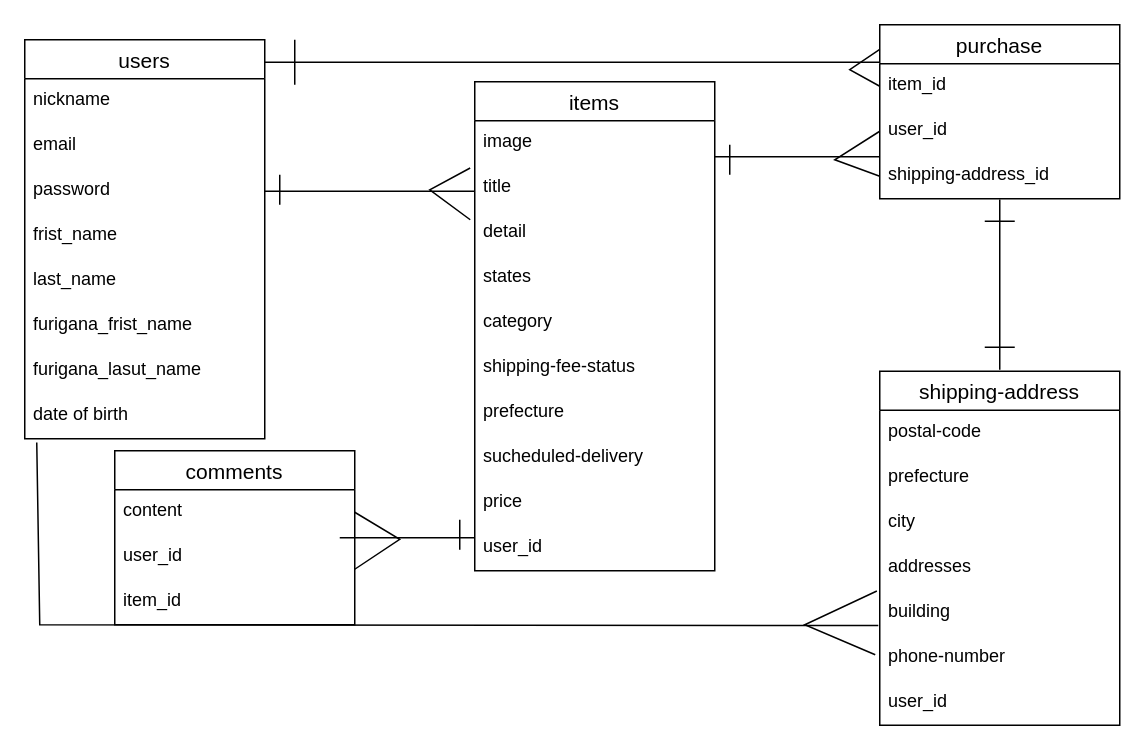
Earlier version of the draw.io diagram test.dio (kumaboie/furima-41372). Source tidied: cells renumbered, new cells numbered last; positions are measured from the earlier drawing's top-left corner, leaving out a move shared by most shapes. Both pictures are drawn from the tidied source at 150%, with x=0, y=0 at pixel (24, 24).
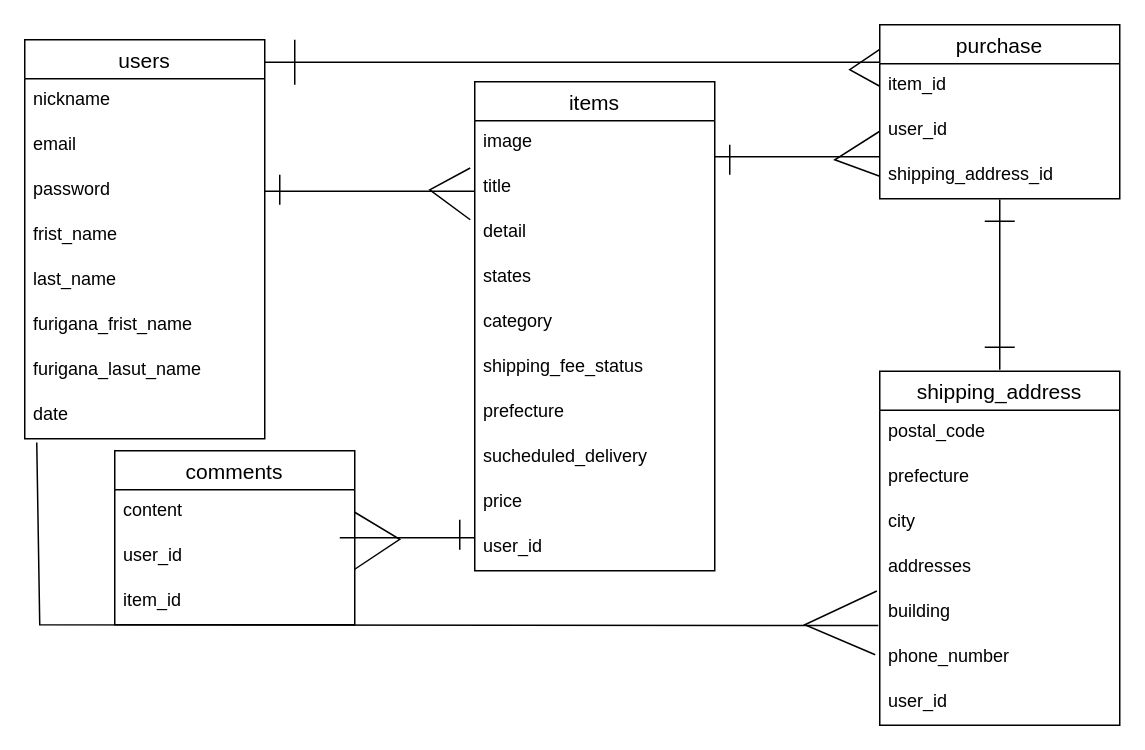
The same diagram, later.

Commit message (it also covers changes not shown here):
カラム名を_に変更

Unchanged cells that the change refers to:
```xml
<mxCell id="2" value="users" style="swimlane;fontStyle=0;horizontal=1;startSize=26;align=center;fontSize=14;" parent="1" vertex="1">
  <mxGeometry y="10" width="160" height="266" as="geometry" />
</mxCell>
<mxCell id="11" value="items" style="swimlane;fontStyle=0;horizontal=1;startSize=26;align=center;fontSize=14;" parent="1" vertex="1">
  <mxGeometry x="300" y="38" width="160" height="326" as="geometry" />
</mxCell>
<mxCell id="23" value="purchase" style="swimlane;fontStyle=0;horizontal=1;startSize=26;align=center;fontSize=14;" parent="1" vertex="1">
  <mxGeometry x="570" width="160" height="116" as="geometry" />
</mxCell>
```

The edit, as a diff of the source:
```diff
@@
-    <mxCell id="10" value="date of birth" style="text;strokeColor=none;fillColor=none;spacingLeft=4;spacingRight=4;overflow=hidden;points=[[0,0.5],[1,0.5]];portConstraint=eastwest;fontSize=12;" parent="2" vertex="1">
+    <mxCell id="10" value="date" style="text;strokeColor=none;fillColor=none;spacingLeft=4;spacingRight=4;overflow=hidden;points=[[0,0.5],[1,0.5]];portConstraint=eastwest;fontSize=12;" parent="2" vertex="1">
       <mxGeometry y="236" width="160" height="30" as="geometry" />
     </mxCell>
@@
-    <mxCell id="17" value="shipping-fee-status " style="text;strokeColor=none;fillColor=none;spacingLeft=4;spacingRight=4;overflow=hidden;fontSize=12;" parent="11" vertex="1">
+    <mxCell id="17" value="shipping_fee_status " style="text;strokeColor=none;fillColor=none;spacingLeft=4;spacingRight=4;overflow=hidden;fontSize=12;" parent="11" vertex="1">
       <mxGeometry y="176" width="160" height="30" as="geometry" />
     </mxCell>
@@
-    <mxCell id="19" value="sucheduled-delivery " style="text;strokeColor=none;fillColor=none;spacingLeft=4;spacingRight=4;overflow=hidden;fontSize=12;" parent="11" vertex="1">
+    <mxCell id="19" value="sucheduled_delivery " style="text;strokeColor=none;fillColor=none;spacingLeft=4;spacingRight=4;overflow=hidden;fontSize=12;" parent="11" vertex="1">
       <mxGeometry y="236" width="160" height="30" as="geometry" />
     </mxCell>
@@
-    <mxCell id="26" value="shipping-address_id" style="text;strokeColor=none;fillColor=none;spacingLeft=4;spacingRight=4;overflow=hidden;points=[[0,0.5],[1,0.5]];portConstraint=eastwest;fontSize=12;" parent="23" vertex="1">
+    <mxCell id="26" value="shipping_address_id" style="text;strokeColor=none;fillColor=none;spacingLeft=4;spacingRight=4;overflow=hidden;points=[[0,0.5],[1,0.5]];portConstraint=eastwest;fontSize=12;" parent="23" vertex="1">
       <mxGeometry y="86" width="160" height="30" as="geometry" />
     </mxCell>
@@
-    <mxCell id="29" value="shipping-address" style="swimlane;fontStyle=0;horizontal=1;startSize=26;align=center;fontSize=14;" parent="1" vertex="1">
+    <mxCell id="29" value="shipping_address" style="swimlane;fontStyle=0;horizontal=1;startSize=26;align=center;fontSize=14;" parent="1" vertex="1">
       <mxGeometry x="570" y="231" width="160" height="236" as="geometry" />
     </mxCell>
-    <mxCell id="30" value="postal-code" style="text;strokeColor=none;fillColor=none;spacingLeft=4;spacingRight=4;overflow=hidden;fontSize=12;" parent="29" vertex="1">
+    <mxCell id="30" value="postal_code" style="text;strokeColor=none;fillColor=none;spacingLeft=4;spacingRight=4;overflow=hidden;fontSize=12;" parent="29" vertex="1">
       <mxGeometry y="26" width="160" height="30" as="geometry" />
     </mxCell>
@@
-    <mxCell id="35" value="phone-number" style="text;strokeColor=none;fillColor=none;spacingLeft=4;spacingRight=4;overflow=hidden;fontSize=12;" parent="29" vertex="1">
+    <mxCell id="35" value="phone_number" style="text;strokeColor=none;fillColor=none;spacingLeft=4;spacingRight=4;overflow=hidden;fontSize=12;" parent="29" vertex="1">
       <mxGeometry y="176" width="160" height="30" as="geometry" />
     </mxCell>
```
